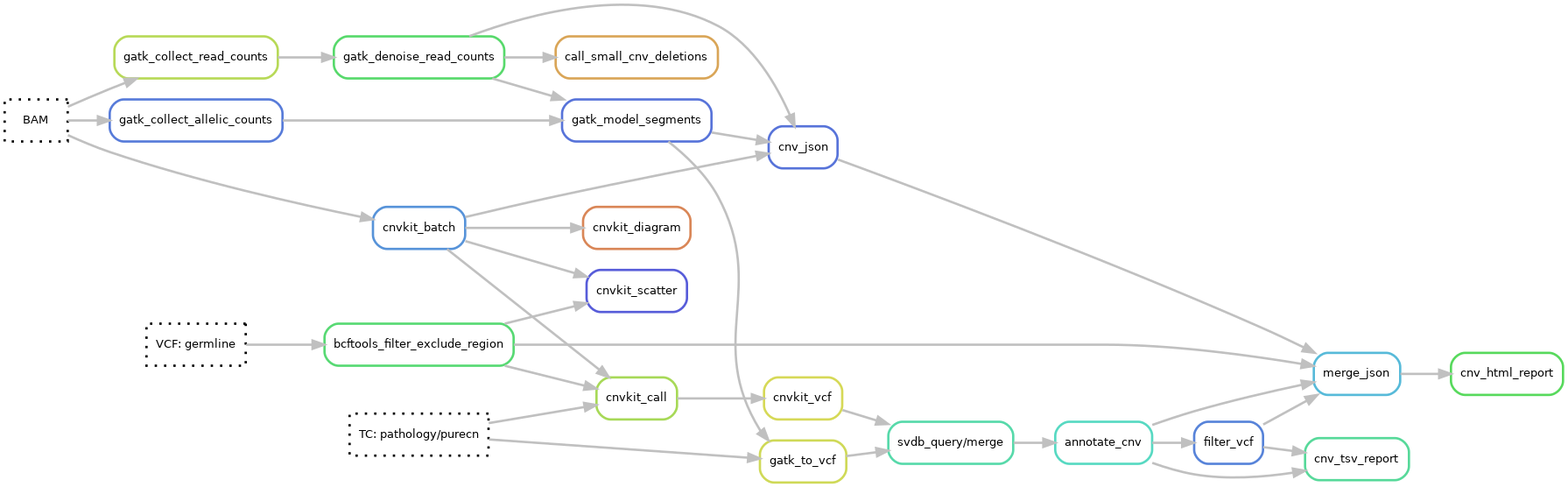
genomic-medicine-sweden/Twist_Solid keeps this Graphviz diagram as docs/images/cnvs.png. Above is the earlier version. Its source is kept beside it as docs/images/cnvs.dot. Its diagram source:
```dot
digraph snakemake_dag {
	rankdir=LR;
    graph[bgcolor=white, margin=0];
    node[shape=box, style=rounded, fontname=sans,                 fontsize=10, penwidth=2];
    edge[penwidth=2, color=grey];
	200[label = "BAM", color = "0.0 0.0 0.0", style="dotted"];
	202[label = "TC: pathology/purecn", color = "0.0 0.0 0.0", style="dotted"];
	203[label = "VCF: germline", color = "0.0 0.0 0.0", style="dotted"];
	19[label = "filter_vcf", color = "0.61 0.6 0.85", style="rounded"];
	40[label = "call_small_cnv_deletions", color = "0.10 0.6 0.85", style="rounded"];
	41[label = "gatk_denoise_read_counts", color = "0.36 0.6 0.85", style="rounded"];
	42[label = "gatk_collect_read_counts", color = "0.21 0.6 0.85", style="rounded"];
	44[label = "cnv_tsv_report", color = "0.42 0.6 0.85", style="rounded"];
	45[label = "annotate_cnv", color = "0.47 0.6 0.85", style="rounded"];
	46[label = "svdb_query/merge", color = "0.44 0.6 0.85", style="rounded"];
	48[label = "cnvkit_vcf", color = "0.17 0.6 0.85", style="rounded"];
	49[label = "cnvkit_call", color = "0.23 0.6 0.85", style="rounded"];
	50[label = "cnvkit_batch", color = "0.59 0.6 0.85", style="rounded"];
	51[label = "bcftools_filter_exclude_region", color = "0.37 0.6 0.85", style="rounded"];
	56[label = "gatk_to_vcf", color = "0.18 0.6 0.85", style="rounded"];
	57[label = "gatk_model_segments", color = "0.63 0.6 0.85", style="rounded"];
	58[label = "gatk_collect_allelic_counts", color = "0.62 0.6 0.85", style="rounded"];
	81[label = "cnvkit_diagram", color = "0.06 0.6 0.85", style="rounded"];
	89[label = "cnv_html_report", color = "0.34 0.6 0.85", style="rounded"];
	90[label = "merge_json", color = "0.54 0.6 0.85", style="rounded"];
	91[label = "cnv_json", color = "0.63 0.6 0.85", style="rounded"];
	95[label = "cnvkit_scatter", color = "0.66 0.6 0.85", style="rounded"];
	200 -> 42
	41 -> 40
	42 -> 41
	45 -> 44
	46 -> 45
	48 -> 46
	202 -> 56
	56 -> 46
	202 -> 49
	49 -> 48
	200 -> 50
	50 -> 49
	203 -> 51
	51 -> 49
	57 -> 56
	200 -> 58
	58 -> 57
	41 -> 57
	50 -> 81
	90 -> 89
	19 -> 44
	45 -> 19
	19 -> 90
	91 -> 90
	51 -> 90
	45 -> 90
	57 -> 91
	50 -> 91
	41 -> 91
	50 -> 95
	51 -> 95
}
```
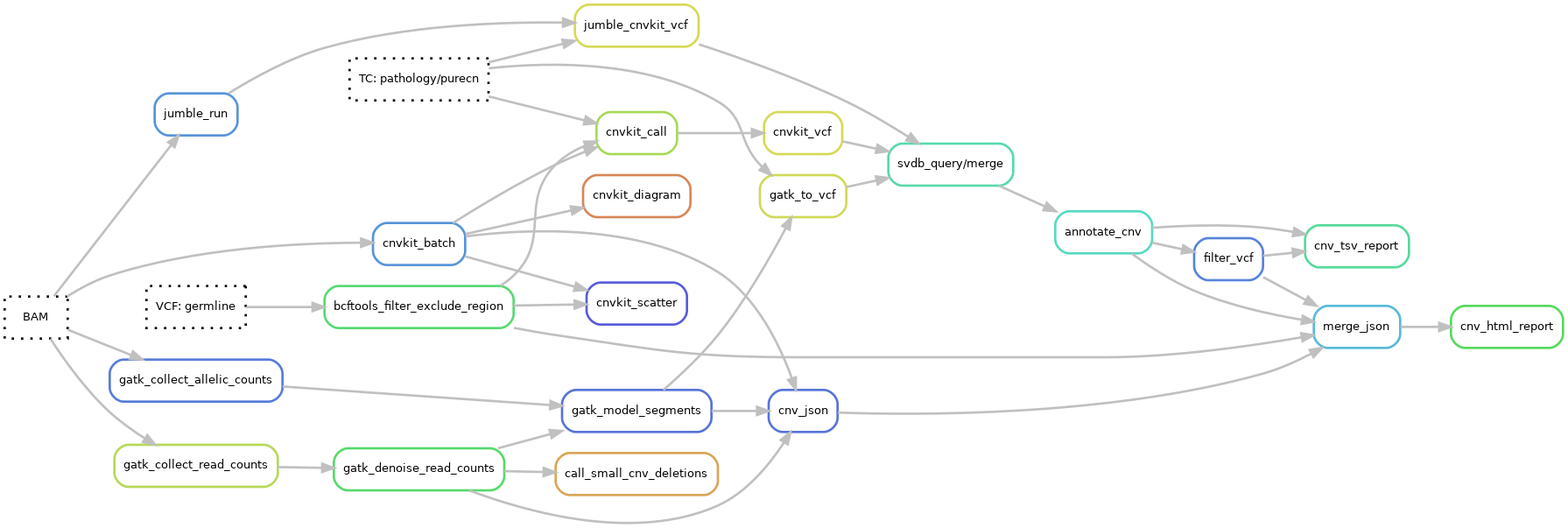
Above is the later version.

What changed in the source:
```diff
@@ -16,6 +16,8 @@
 	48[label = "cnvkit_vcf", color = "0.17 0.6 0.85", style="rounded"];
 	49[label = "cnvkit_call", color = "0.23 0.6 0.85", style="rounded"];
 	50[label = "cnvkit_batch", color = "0.59 0.6 0.85", style="rounded"];
+	52[label = "jumble_run", color = "0.59 0.6 0.85", style="rounded"];
+	53[label = "jumble_cnvkit_vcf", color = "0.17 0.6 0.85", style="rounded"];
 	51[label = "bcftools_filter_exclude_region", color = "0.37 0.6 0.85", style="rounded"];
 	56[label = "gatk_to_vcf", color = "0.18 0.6 0.85", style="rounded"];
 	57[label = "gatk_model_segments", color = "0.63 0.6 0.85", style="rounded"];
@@ -25,6 +27,10 @@
 	90[label = "merge_json", color = "0.54 0.6 0.85", style="rounded"];
 	91[label = "cnv_json", color = "0.63 0.6 0.85", style="rounded"];
 	95[label = "cnvkit_scatter", color = "0.66 0.6 0.85", style="rounded"];
+	200 -> 52
+	52 -> 53
+	53 -> 46
+	202 -> 53
 	200 -> 42
 	41 -> 40
 	42 -> 41
```
